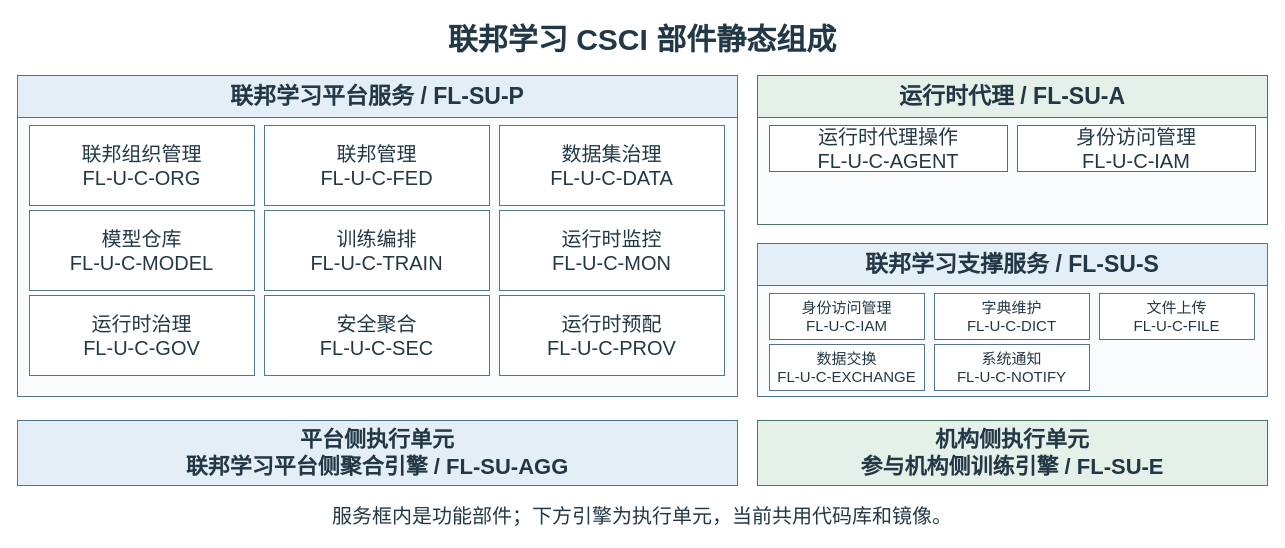
Earlier version of the draw.io diagram docs/438c/merge/figures/federation-learning-component-structure.drawio (medol-labs/federation-learning). Source tidied: cells renumbered, new cells numbered last; positions are measured from the earlier drawing's top-left corner, leaving out a move shared by most shapes. Both pictures are drawn from the tidied source at 100%, with x=0, y=0 at pixel (17, 17).
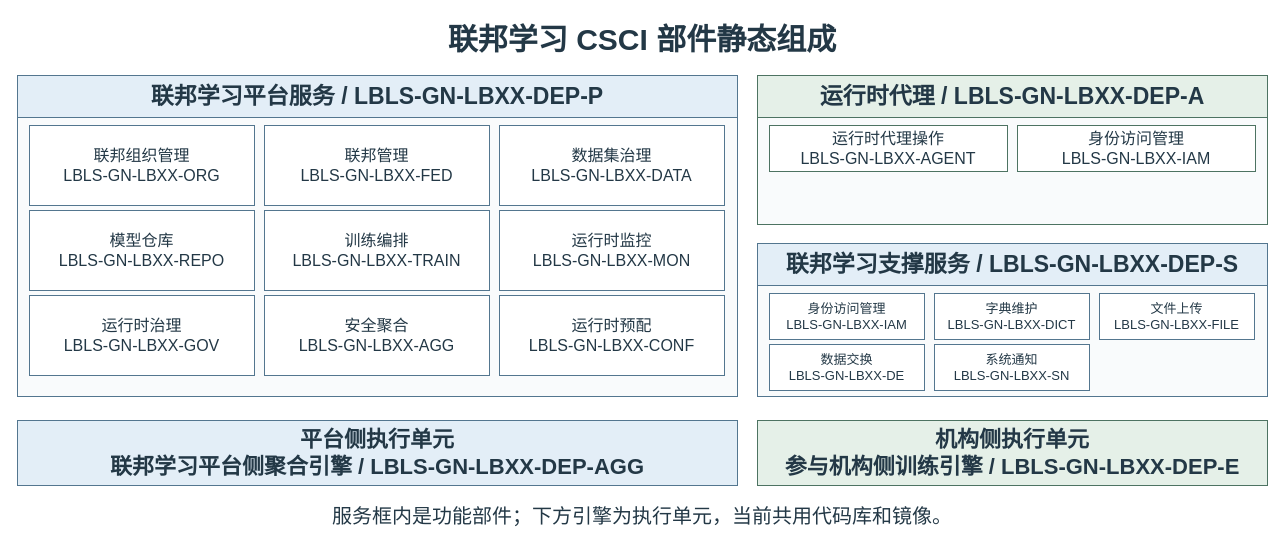
After the change.

The edit, as a diff of the source:
```diff
@@
-    <mxCell id="4" value="联邦学习平台服务 / FL-SU-P" style="fontFamily=PingFang SC;html=0;whiteSpace=wrap;spacing=4;fillColor=#E3EEF7;strokeColor=#53768F;fontColor=#233846;fontSize=23;fontStyle=1;" parent="1" vertex="1">
+    <mxCell id="4" value="联邦学习平台服务 / LBLS-GN-LBXX-DEP-P" style="fontFamily=PingFang SC;html=0;whiteSpace=wrap;spacing=4;fillColor=#E3EEF7;strokeColor=#53768F;fontColor=#233846;fontSize=23;fontStyle=1;" parent="1" vertex="1">
       <mxGeometry y="58" width="720" height="42" as="geometry" />
     </mxCell>
-    <mxCell id="5" value="联邦组织管理&#10;FL-U-C-ORG" style="fontFamily=PingFang SC;html=0;whiteSpace=wrap;spacing=4;fillColor=white;strokeColor=#53768F;fontColor=#233846;fontSize=20;fontStyle=0;" parent="1" vertex="1">
+    <mxCell id="5" value="联邦组织管理&#10;LBLS-GN-LBXX-ORG" style="fontFamily=PingFang SC;html=0;whiteSpace=wrap;spacing=4;fillColor=white;strokeColor=#53768F;fontColor=#233846;fontSize=16;fontStyle=0;" parent="1" vertex="1">
       <mxGeometry x="12" y="108" width="225" height="80" as="geometry" />
     </mxCell>
-    <mxCell id="6" value="联邦管理&#10;FL-U-C-FED" style="fontFamily=PingFang SC;html=0;whiteSpace=wrap;spacing=4;fillColor=white;strokeColor=#53768F;fontColor=#233846;fontSize=20;fontStyle=0;" parent="1" vertex="1">
+    <mxCell id="6" value="联邦管理&#10;LBLS-GN-LBXX-FED" style="fontFamily=PingFang SC;html=0;whiteSpace=wrap;spacing=4;fillColor=white;strokeColor=#53768F;fontColor=#233846;fontSize=16;fontStyle=0;" parent="1" vertex="1">
       <mxGeometry x="247" y="108" width="225" height="80" as="geometry" />
     </mxCell>
-    <mxCell id="7" value="数据集治理&#10;FL-U-C-DATA" style="fontFamily=PingFang SC;html=0;whiteSpace=wrap;spacing=4;fillColor=white;strokeColor=#53768F;fontColor=#233846;fontSize=20;fontStyle=0;" parent="1" vertex="1">
+    <mxCell id="7" value="数据集治理&#10;LBLS-GN-LBXX-DATA" style="fontFamily=PingFang SC;html=0;whiteSpace=wrap;spacing=4;fillColor=white;strokeColor=#53768F;fontColor=#233846;fontSize=16;fontStyle=0;" parent="1" vertex="1">
       <mxGeometry x="482" y="108" width="225" height="80" as="geometry" />
     </mxCell>
-    <mxCell id="8" value="模型仓库&#10;FL-U-C-MODEL" style="fontFamily=PingFang SC;html=0;whiteSpace=wrap;spacing=4;fillColor=white;strokeColor=#53768F;fontColor=#233846;fontSize=20;fontStyle=0;" parent="1" vertex="1">
+    <mxCell id="8" value="模型仓库&#10;LBLS-GN-LBXX-REPO" style="fontFamily=PingFang SC;html=0;whiteSpace=wrap;spacing=4;fillColor=white;strokeColor=#53768F;fontColor=#233846;fontSize=16;fontStyle=0;" parent="1" vertex="1">
       <mxGeometry x="12" y="193" width="225" height="80" as="geometry" />
     </mxCell>
-    <mxCell id="9" value="训练编排&#10;FL-U-C-TRAIN" style="fontFamily=PingFang SC;html=0;whiteSpace=wrap;spacing=4;fillColor=white;strokeColor=#53768F;fontColor=#233846;fontSize=20;fontStyle=0;" parent="1" vertex="1">
+    <mxCell id="9" value="训练编排&#10;LBLS-GN-LBXX-TRAIN" style="fontFamily=PingFang SC;html=0;whiteSpace=wrap;spacing=4;fillColor=white;strokeColor=#53768F;fontColor=#233846;fontSize=16;fontStyle=0;" parent="1" vertex="1">
       <mxGeometry x="247" y="193" width="225" height="80" as="geometry" />
     </mxCell>
-    <mxCell id="10" value="运行时监控&#10;FL-U-C-MON" style="fontFamily=PingFang SC;html=0;whiteSpace=wrap;spacing=4;fillColor=white;strokeColor=#53768F;fontColor=#233846;fontSize=20;fontStyle=0;" parent="1" vertex="1">
+    <mxCell id="10" value="运行时监控&#10;LBLS-GN-LBXX-MON" style="fontFamily=PingFang SC;html=0;whiteSpace=wrap;spacing=4;fillColor=white;strokeColor=#53768F;fontColor=#233846;fontSize=16;fontStyle=0;" parent="1" vertex="1">
       <mxGeometry x="482" y="193" width="225" height="80" as="geometry" />
     </mxCell>
-    <mxCell id="11" value="运行时治理&#10;FL-U-C-GOV" style="fontFamily=PingFang SC;html=0;whiteSpace=wrap;spacing=4;fillColor=white;strokeColor=#53768F;fontColor=#233846;fontSize=20;fontStyle=0;" parent="1" vertex="1">
+    <mxCell id="11" value="运行时治理&#10;LBLS-GN-LBXX-GOV" style="fontFamily=PingFang SC;html=0;whiteSpace=wrap;spacing=4;fillColor=white;strokeColor=#53768F;fontColor=#233846;fontSize=16;fontStyle=0;" parent="1" vertex="1">
       <mxGeometry x="12" y="278" width="225" height="80" as="geometry" />
     </mxCell>
-    <mxCell id="12" value="安全聚合&#10;FL-U-C-SEC" style="fontFamily=PingFang SC;html=0;whiteSpace=wrap;spacing=4;fillColor=white;strokeColor=#53768F;fontColor=#233846;fontSize=20;fontStyle=0;" parent="1" vertex="1">
+    <mxCell id="12" value="安全聚合&#10;LBLS-GN-LBXX-AGG" style="fontFamily=PingFang SC;html=0;whiteSpace=wrap;spacing=4;fillColor=white;strokeColor=#53768F;fontColor=#233846;fontSize=16;fontStyle=0;" parent="1" vertex="1">
       <mxGeometry x="247" y="278" width="225" height="80" as="geometry" />
     </mxCell>
-    <mxCell id="13" value="运行时预配&#10;FL-U-C-PROV" style="fontFamily=PingFang SC;html=0;whiteSpace=wrap;spacing=4;fillColor=white;strokeColor=#53768F;fontColor=#233846;fontSize=20;fontStyle=0;" parent="1" vertex="1">
+    <mxCell id="13" value="运行时预配&#10;LBLS-GN-LBXX-CONF" style="fontFamily=PingFang SC;html=0;whiteSpace=wrap;spacing=4;fillColor=white;strokeColor=#53768F;fontColor=#233846;fontSize=16;fontStyle=0;" parent="1" vertex="1">
       <mxGeometry x="482" y="278" width="225" height="80" as="geometry" />
     </mxCell>
@@
-    <mxCell id="15" value="运行时代理 / FL-SU-A" style="fontFamily=PingFang SC;html=0;whiteSpace=wrap;spacing=4;fillColor=#E5F0E8;strokeColor=#4D7362;fontColor=#233846;fontSize=23;fontStyle=1;" parent="1" vertex="1">
+    <mxCell id="15" value="运行时代理 / LBLS-GN-LBXX-DEP-A" style="fontFamily=PingFang SC;html=0;whiteSpace=wrap;spacing=4;fillColor=#E5F0E8;strokeColor=#4D7362;fontColor=#233846;fontSize=23;fontStyle=1;" parent="1" vertex="1">
       <mxGeometry x="740" y="58" width="510" height="42" as="geometry" />
     </mxCell>
-    <mxCell id="16" value="运行时代理操作&#10;FL-U-C-AGENT" style="fontFamily=PingFang SC;html=0;whiteSpace=wrap;spacing=4;fillColor=white;strokeColor=#4D7362;fontColor=#233846;fontSize=20;fontStyle=0;" parent="1" vertex="1">
+    <mxCell id="16" value="运行时代理操作&#10;LBLS-GN-LBXX-AGENT" style="fontFamily=PingFang SC;html=0;whiteSpace=wrap;spacing=4;fillColor=white;strokeColor=#4D7362;fontColor=#233846;fontSize=16;fontStyle=0;" parent="1" vertex="1">
       <mxGeometry x="752" y="108" width="238" height="46" as="geometry" />
     </mxCell>
-    <mxCell id="17" value="身份访问管理&#10;FL-U-C-IAM" style="fontFamily=PingFang SC;html=0;whiteSpace=wrap;spacing=4;fillColor=white;strokeColor=#4D7362;fontColor=#233846;fontSize=20;fontStyle=0;" parent="1" vertex="1">
+    <mxCell id="17" value="身份访问管理&#10;LBLS-GN-LBXX-IAM" style="fontFamily=PingFang SC;html=0;whiteSpace=wrap;spacing=4;fillColor=white;strokeColor=#4D7362;fontColor=#233846;fontSize=16;fontStyle=0;" parent="1" vertex="1">
       <mxGeometry x="1000" y="108" width="238" height="46" as="geometry" />
     </mxCell>
@@
-    <mxCell id="19" value="联邦学习支撑服务 / FL-SU-S" style="fontFamily=PingFang SC;html=0;whiteSpace=wrap;spacing=4;fillColor=#E3EEF7;strokeColor=#53768F;fontColor=#233846;fontSize=23;fontStyle=1;" parent="1" vertex="1">
+    <mxCell id="19" value="联邦学习支撑服务 / LBLS-GN-LBXX-DEP-S" style="fontFamily=PingFang SC;html=0;whiteSpace=wrap;spacing=4;fillColor=#E3EEF7;strokeColor=#53768F;fontColor=#233846;fontSize=23;fontStyle=1;" parent="1" vertex="1">
       <mxGeometry x="740" y="226" width="510" height="42" as="geometry" />
     </mxCell>
-    <mxCell id="20" value="身份访问管理&#10;FL-U-C-IAM" style="fontFamily=PingFang SC;html=0;whiteSpace=wrap;spacing=4;fillColor=white;strokeColor=#53768F;fontColor=#233846;fontSize=15;fontStyle=0;" parent="1" vertex="1">
+    <mxCell id="20" value="身份访问管理&#10;LBLS-GN-LBXX-IAM" style="fontFamily=PingFang SC;html=0;whiteSpace=wrap;spacing=4;fillColor=white;strokeColor=#53768F;fontColor=#233846;fontSize=13;fontStyle=0;" parent="1" vertex="1">
       <mxGeometry x="752" y="276" width="155" height="46" as="geometry" />
     </mxCell>
-    <mxCell id="21" value="字典维护&#10;FL-U-C-DICT" style="fontFamily=PingFang SC;html=0;whiteSpace=wrap;spacing=4;fillColor=white;strokeColor=#53768F;fontColor=#233846;fontSize=15;fontStyle=0;" parent="1" vertex="1">
+    <mxCell id="21" value="字典维护&#10;LBLS-GN-LBXX-DICT" style="fontFamily=PingFang SC;html=0;whiteSpace=wrap;spacing=4;fillColor=white;strokeColor=#53768F;fontColor=#233846;fontSize=13;fontStyle=0;" parent="1" vertex="1">
       <mxGeometry x="917" y="276" width="155" height="46" as="geometry" />
     </mxCell>
-    <mxCell id="22" value="文件上传&#10;FL-U-C-FILE" style="fontFamily=PingFang SC;html=0;whiteSpace=wrap;spacing=4;fillColor=white;strokeColor=#53768F;fontColor=#233846;fontSize=15;fontStyle=0;" parent="1" vertex="1">
+    <mxCell id="22" value="文件上传&#10;LBLS-GN-LBXX-FILE" style="fontFamily=PingFang SC;html=0;whiteSpace=wrap;spacing=4;fillColor=white;strokeColor=#53768F;fontColor=#233846;fontSize=13;fontStyle=0;" parent="1" vertex="1">
       <mxGeometry x="1082" y="276" width="155" height="46" as="geometry" />
     </mxCell>
-    <mxCell id="23" value="数据交换&#10;FL-U-C-EXCHANGE" style="fontFamily=PingFang SC;html=0;whiteSpace=wrap;spacing=4;fillColor=white;strokeColor=#53768F;fontColor=#233846;fontSize=15;fontStyle=0;" parent="1" vertex="1">
+    <mxCell id="23" value="数据交换&#10;LBLS-GN-LBXX-DE" style="fontFamily=PingFang SC;html=0;whiteSpace=wrap;spacing=4;fillColor=white;strokeColor=#53768F;fontColor=#233846;fontSize=13;fontStyle=0;" parent="1" vertex="1">
       <mxGeometry x="752" y="327" width="155" height="46" as="geometry" />
     </mxCell>
-    <mxCell id="24" value="系统通知&#10;FL-U-C-NOTIFY" style="fontFamily=PingFang SC;html=0;whiteSpace=wrap;spacing=4;fillColor=white;strokeColor=#53768F;fontColor=#233846;fontSize=15;fontStyle=0;" parent="1" vertex="1">
+    <mxCell id="24" value="系统通知&#10;LBLS-GN-LBXX-SN" style="fontFamily=PingFang SC;html=0;whiteSpace=wrap;spacing=4;fillColor=white;strokeColor=#53768F;fontColor=#233846;fontSize=13;fontStyle=0;" parent="1" vertex="1">
       <mxGeometry x="917" y="327" width="155" height="46" as="geometry" />
     </mxCell>
-    <mxCell id="25" value="平台侧执行单元&#10;联邦学习平台侧聚合引擎 / FL-SU-AGG" style="fontFamily=PingFang SC;html=0;whiteSpace=wrap;spacing=4;fillColor=#E3EEF7;strokeColor=#53768F;fontColor=#233846;fontSize=22;fontStyle=1;" parent="1" vertex="1">
+    <mxCell id="25" value="平台侧执行单元&#10;联邦学习平台侧聚合引擎 / LBLS-GN-LBXX-DEP-AGG" style="fontFamily=PingFang SC;html=0;whiteSpace=wrap;spacing=4;fillColor=#E3EEF7;strokeColor=#53768F;fontColor=#233846;fontSize=22;fontStyle=1;" parent="1" vertex="1">
       <mxGeometry y="403" width="720" height="65" as="geometry" />
     </mxCell>
-    <mxCell id="26" value="机构侧执行单元&#10;参与机构侧训练引擎 / FL-SU-E" style="fontFamily=PingFang SC;html=0;whiteSpace=wrap;spacing=4;fillColor=#E5F0E8;strokeColor=#4D7362;fontColor=#233846;fontSize=22;fontStyle=1;" parent="1" vertex="1">
+    <mxCell id="26" value="机构侧执行单元&#10;参与机构侧训练引擎 / LBLS-GN-LBXX-DEP-E" style="fontFamily=PingFang SC;html=0;whiteSpace=wrap;spacing=4;fillColor=#E5F0E8;strokeColor=#4D7362;fontColor=#233846;fontSize=22;fontStyle=1;" parent="1" vertex="1">
       <mxGeometry x="740" y="403" width="510" height="65" as="geometry" />
     </mxCell>
```
